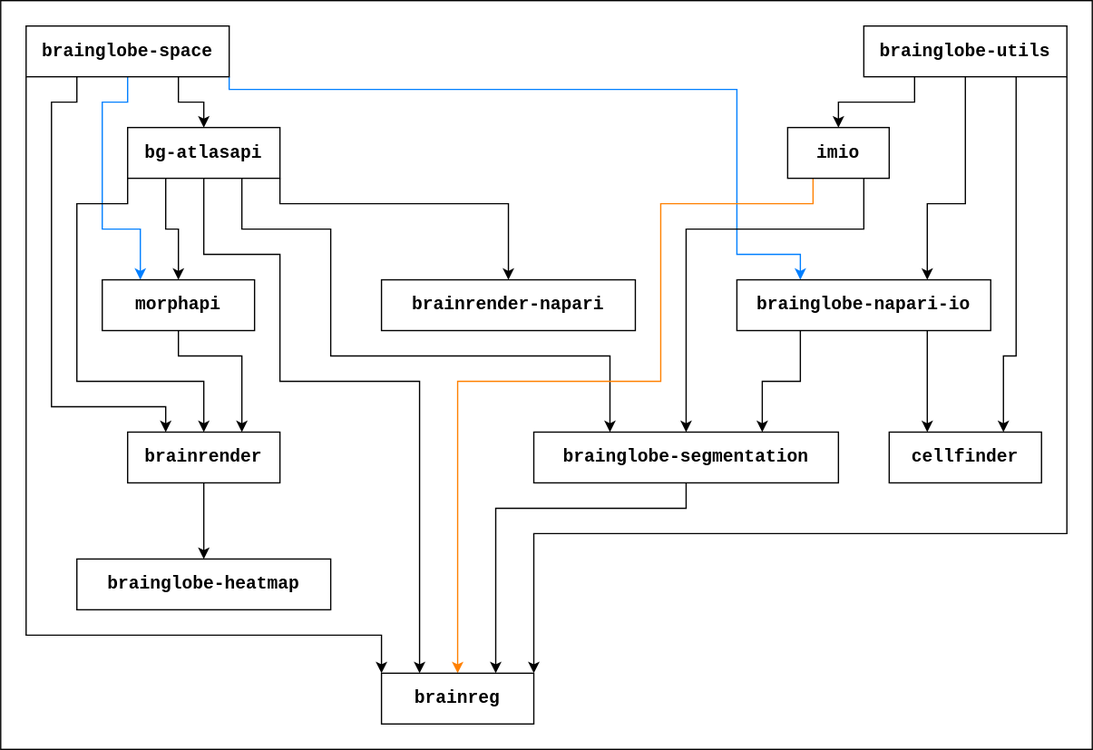
brainglobe/brainglobe.github.io keeps this draw.io diagram as _images/brainglobe-dependencies.svg. Above is the earlier version. Source tidied: cells renumbered, new cells last; positions are measured from the earlier drawing's top-left corner, leaving out a move shared by most shapes.
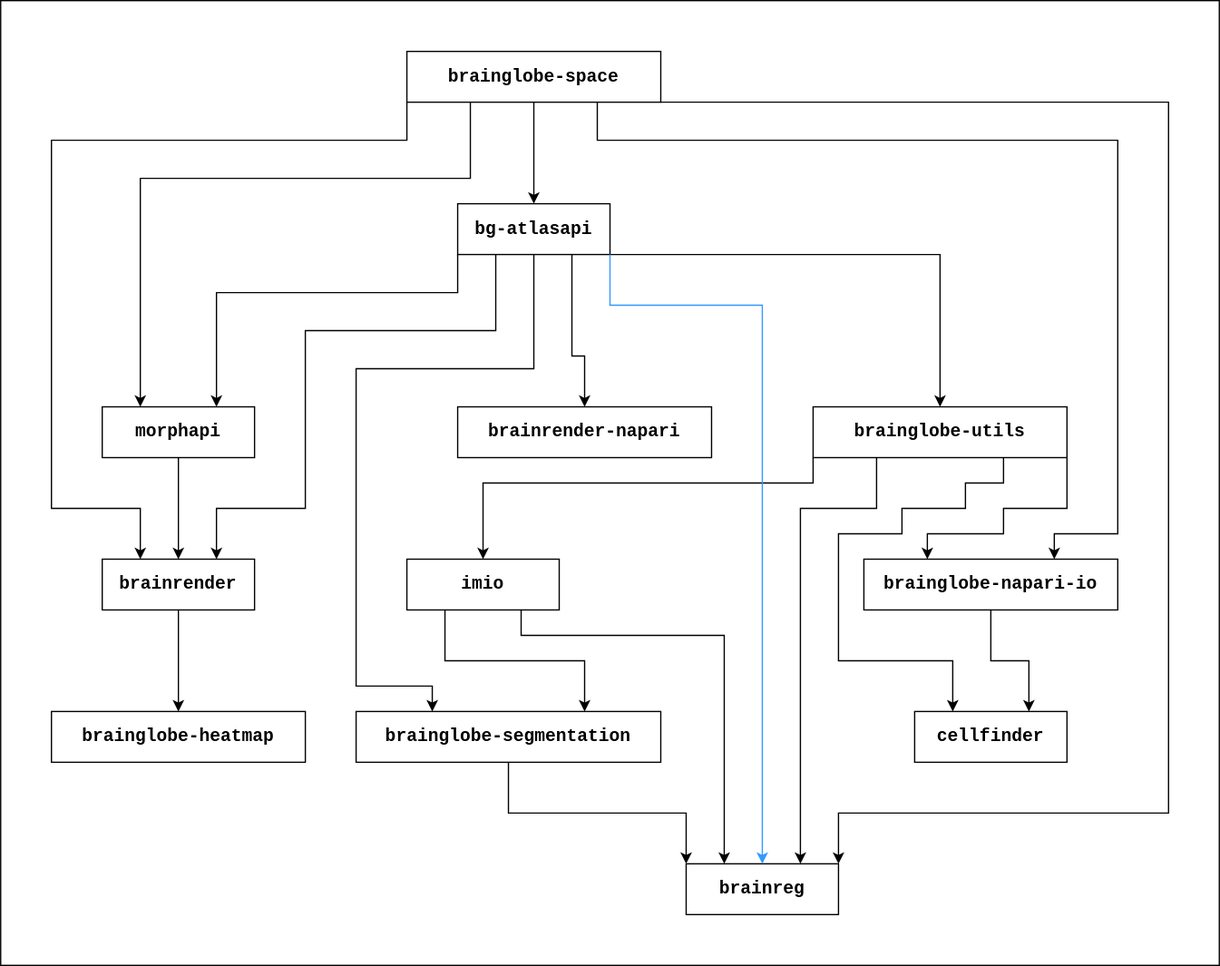
After the commit.

Change to the diagram source:
```diff
@@ -3,220 +3,203 @@
     <mxCell id="0" />
     <mxCell id="1" parent="0" />
     <mxCell id="2" style="rounded=0;whiteSpace=wrap;html=1;" parent="1" vertex="1">
-      <mxGeometry width="860" height="590" as="geometry" />
+      <mxGeometry x="-20" y="-40" width="960" height="760" as="geometry" />
     </mxCell>
-    <mxCell id="3" style="edgeStyle=orthogonalEdgeStyle;rounded=0;jettySize=auto;html=1;exitX=0.75;exitY=1;exitDx=0;exitDy=0;entryX=0.5;entryY=0;entryDx=0;entryDy=0;" parent="1" edge="1" source="8" target="19">
-      <mxGeometry relative="1" as="geometry">
-        <Array as="points">
-          <mxPoint x="140" y="80" />
-          <mxPoint x="160" y="80" />
-        </Array>
-      </mxGeometry>
+    <mxCell id="3" style="edgeStyle=orthogonalEdgeStyle;rounded=0;jettySize=auto;html=1;exitX=0.5;exitY=1;exitDx=0;exitDy=0;entryX=0.5;entryY=0;entryDx=0;entryDy=0;" parent="1" edge="1" source="8" target="19">
+      <mxGeometry relative="1" as="geometry" />
     </mxCell>
-    <mxCell id="4" style="edgeStyle=orthogonalEdgeStyle;rounded=0;jettySize=auto;html=1;exitX=0;exitY=1;exitDx=0;exitDy=0;entryX=0;entryY=0;entryDx=0;entryDy=0;" parent="1" edge="1" source="8" target="32">
-      <mxGeometry relative="1" as="geometry">
-        <Array as="points">
-          <mxPoint x="20" y="500" />
-          <mxPoint x="300" y="500" />
-        </Array>
-      </mxGeometry>
-    </mxCell>
-    <mxCell id="5" style="edgeStyle=orthogonalEdgeStyle;rounded=0;jettySize=auto;html=1;exitX=1;exitY=1;exitDx=0;exitDy=0;entryX=0.25;entryY=0;entryDx=0;entryDy=0;strokeColor=#007FFF;" parent="1" edge="1" source="8" target="27">
-      <mxGeometry relative="1" as="geometry">
-        <Array as="points">
-          <mxPoint x="180" y="70" />
-          <mxPoint x="580" y="70" />
-          <mxPoint x="580" y="200" />
-          <mxPoint x="630" y="200" />
-        </Array>
-      </mxGeometry>
-    </mxCell>
-    <mxCell id="6" style="edgeStyle=orthogonalEdgeStyle;rounded=0;jettySize=auto;html=1;exitX=0.5;exitY=1;exitDx=0;exitDy=0;entryX=0.25;entryY=0;entryDx=0;entryDy=0;strokeColor=#007FFF;" parent="1" edge="1" source="8" target="24">
+    <mxCell id="6" style="edgeStyle=orthogonalEdgeStyle;rounded=0;jettySize=auto;html=1;exitX=0.25;exitY=1;exitDx=0;exitDy=0;entryX=0.25;entryY=0;entryDx=0;entryDy=0;" parent="1" edge="1" source="8" target="24">
       <mxGeometry relative="1" as="geometry">
         <Array as="points">
-          <mxPoint x="100" y="80" />
-          <mxPoint x="80" y="80" />
-          <mxPoint x="80" y="180" />
-          <mxPoint x="110" y="180" />
+          <mxPoint x="350" y="100" />
+          <mxPoint x="90" y="100" />
         </Array>
       </mxGeometry>
     </mxCell>
-    <mxCell id="7" style="edgeStyle=orthogonalEdgeStyle;rounded=0;jettySize=auto;html=1;exitX=0.25;exitY=1;exitDx=0;exitDy=0;entryX=0.25;entryY=0;entryDx=0;entryDy=0;" parent="1" edge="1" source="8" target="34">
+    <mxCell id="7" style="edgeStyle=orthogonalEdgeStyle;rounded=0;jettySize=auto;html=1;exitX=0;exitY=1;exitDx=0;exitDy=0;entryX=0.25;entryY=0;entryDx=0;entryDy=0;" parent="1" edge="1" source="8" target="34">
       <mxGeometry relative="1" as="geometry">
         <Array as="points">
-          <mxPoint x="60" y="80" />
-          <mxPoint x="40" y="80" />
-          <mxPoint x="40" y="320" />
-          <mxPoint x="130" y="320" />
+          <mxPoint x="300" y="70" />
+          <mxPoint x="20" y="70" />
+          <mxPoint x="20" y="360" />
+          <mxPoint x="90" y="360" />
         </Array>
       </mxGeometry>
     </mxCell>
+    <mxCell id="5" style="edgeStyle=orthogonalEdgeStyle;rounded=0;jettySize=auto;html=1;exitX=0.75;exitY=1;exitDx=0;exitDy=0;entryX=0.75;entryY=0;entryDx=0;entryDy=0;" parent="1" edge="1" source="8" target="27">
+      <mxGeometry relative="1" as="geometry">
+        <Array as="points">
+          <mxPoint x="450" y="70" />
+          <mxPoint x="860" y="70" />
+          <mxPoint x="860" y="380" />
+          <mxPoint x="810" y="380" />
+        </Array>
+      </mxGeometry>
+    </mxCell>
+    <mxCell id="4" style="edgeStyle=orthogonalEdgeStyle;rounded=0;jettySize=auto;html=1;exitX=1;exitY=1;exitDx=0;exitDy=0;entryX=1;entryY=0;entryDx=0;entryDy=0;" parent="1" edge="1" source="8" target="32">
+      <mxGeometry relative="1" as="geometry">
+        <Array as="points">
+          <mxPoint x="900" y="40" />
+          <mxPoint x="900" y="600" />
+          <mxPoint x="640" y="600" />
+        </Array>
+      </mxGeometry>
+    </mxCell>
     <mxCell id="8" value="brainglobe-space" style="rounded=0;whiteSpace=wrap;html=1;fillColor=default;fontFamily=Courier New;fontStyle=1;fontSize=14;fontColor=default;" parent="1" vertex="1">
-      <mxGeometry x="20" y="20" width="160" height="40" as="geometry" />
+      <mxGeometry x="300" width="200" height="40" as="geometry" />
     </mxCell>
-    <mxCell id="9" style="edgeStyle=orthogonalEdgeStyle;rounded=0;jettySize=auto;html=1;exitX=0.25;exitY=1;exitDx=0;exitDy=0;entryX=0.5;entryY=0;entryDx=0;entryDy=0;" parent="1" edge="1" source="13" target="22">
+    <mxCell id="9" style="edgeStyle=orthogonalEdgeStyle;rounded=0;jettySize=auto;html=1;exitX=0;exitY=1;exitDx=0;exitDy=0;entryX=0.5;entryY=0;entryDx=0;entryDy=0;" parent="1" edge="1" source="13" target="22">
       <mxGeometry relative="1" as="geometry">
         <Array as="points">
-          <mxPoint x="720" y="80" />
-          <mxPoint x="660" y="80" />
+          <mxPoint x="620" y="340" />
+          <mxPoint x="360" y="340" />
         </Array>
       </mxGeometry>
     </mxCell>
-    <mxCell id="10" style="edgeStyle=orthogonalEdgeStyle;rounded=0;jettySize=auto;html=1;exitX=0.5;exitY=1;exitDx=0;exitDy=0;entryX=0.75;entryY=0;entryDx=0;entryDy=0;" parent="1" edge="1" source="13" target="27">
+    <mxCell id="10" style="edgeStyle=orthogonalEdgeStyle;rounded=0;jettySize=auto;html=1;exitX=1;exitY=1;exitDx=0;exitDy=0;entryX=0.25;entryY=0;entryDx=0;entryDy=0;" parent="1" edge="1" source="13" target="27">
       <mxGeometry relative="1" as="geometry">
         <Array as="points">
-          <mxPoint x="760" y="160" />
-          <mxPoint x="730" y="160" />
+          <mxPoint x="820" y="360" />
+          <mxPoint x="770" y="360" />
+          <mxPoint x="770" y="380" />
+          <mxPoint x="710" y="380" />
         </Array>
       </mxGeometry>
     </mxCell>
-    <mxCell id="11" style="edgeStyle=orthogonalEdgeStyle;rounded=0;jettySize=auto;html=1;exitX=0.75;exitY=1;exitDx=0;exitDy=0;entryX=0.75;entryY=0;entryDx=0;entryDy=0;" parent="1" edge="1" source="13" target="31">
+    <mxCell id="11" style="edgeStyle=orthogonalEdgeStyle;rounded=0;jettySize=auto;html=1;entryX=0.25;entryY=0;entryDx=0;entryDy=0;exitX=0.75;exitY=1;exitDx=0;exitDy=0;" parent="1" edge="1" source="13" target="31">
       <mxGeometry relative="1" as="geometry">
         <Array as="points">
-          <mxPoint x="800" y="280" />
-          <mxPoint x="790" y="280" />
+          <mxPoint x="770" y="340" />
+          <mxPoint x="740" y="340" />
+          <mxPoint x="740" y="360" />
+          <mxPoint x="690" y="360" />
+          <mxPoint x="690" y="380" />
+          <mxPoint x="640" y="380" />
+          <mxPoint x="640" y="480" />
+          <mxPoint x="730" y="480" />
         </Array>
       </mxGeometry>
     </mxCell>
-    <mxCell id="12" style="edgeStyle=orthogonalEdgeStyle;rounded=0;jettySize=auto;html=1;exitX=1;exitY=1;exitDx=0;exitDy=0;entryX=1;entryY=0;entryDx=0;entryDy=0;" parent="1" edge="1" source="13" target="32">
+    <mxCell id="12" style="edgeStyle=orthogonalEdgeStyle;rounded=0;jettySize=auto;html=1;exitX=0.25;exitY=1;exitDx=0;exitDy=0;entryX=0.75;entryY=0;entryDx=0;entryDy=0;" parent="1" edge="1" source="13" target="32">
       <mxGeometry relative="1" as="geometry">
         <Array as="points">
-          <mxPoint x="840" y="420" />
-          <mxPoint x="420" y="420" />
+          <mxPoint x="670" y="360" />
+          <mxPoint x="610" y="360" />
         </Array>
       </mxGeometry>
     </mxCell>
     <mxCell id="13" value="brainglobe-utils" style="rounded=0;whiteSpace=wrap;html=1;fillColor=default;fontFamily=Courier New;fontStyle=1;fontSize=14;fontColor=default;" parent="1" vertex="1">
-      <mxGeometry x="680" y="20" width="160" height="40" as="geometry" />
+      <mxGeometry x="620" y="280" width="200" height="40" as="geometry" />
     </mxCell>
+    <mxCell id="15" style="edgeStyle=orthogonalEdgeStyle;rounded=0;jettySize=auto;html=1;exitX=0.75;exitY=1;exitDx=0;exitDy=0;entryX=0.5;entryY=0;entryDx=0;entryDy=0;" parent="1" edge="1" source="19" target="28">
+      <mxGeometry relative="1" as="geometry">
+        <Array as="points">
+          <mxPoint x="430" y="240" />
+          <mxPoint x="440" y="240" />
+        </Array>
+      </mxGeometry>
+    </mxCell>
-    <mxCell id="14" style="edgeStyle=orthogonalEdgeStyle;rounded=0;jettySize=auto;html=1;exitX=0.25;exitY=1;exitDx=0;exitDy=0;entryX=0.5;entryY=0;entryDx=0;entryDy=0;" parent="1" edge="1" source="19" target="24">
+    <mxCell id="14" style="edgeStyle=orthogonalEdgeStyle;rounded=0;jettySize=auto;html=1;exitX=0;exitY=1;exitDx=0;exitDy=0;entryX=0.75;entryY=0;entryDx=0;entryDy=0;" parent="1" edge="1" source="19" target="24">
       <mxGeometry relative="1" as="geometry">
         <Array as="points">
-          <mxPoint x="130" y="180" />
-          <mxPoint x="140" y="180" />
+          <mxPoint x="340" y="190" />
+          <mxPoint x="150" y="190" />
         </Array>
       </mxGeometry>
     </mxCell>
-    <mxCell id="15" style="edgeStyle=orthogonalEdgeStyle;rounded=0;jettySize=auto;html=1;exitX=1;exitY=1;exitDx=0;exitDy=0;entryX=0.5;entryY=0;entryDx=0;entryDy=0;" parent="1" edge="1" source="19" target="28">
-      <mxGeometry relative="1" as="geometry">
-        <Array as="points">
-          <mxPoint x="220" y="160" />
-          <mxPoint x="400" y="160" />
-        </Array>
-      </mxGeometry>
-    </mxCell>
+    <mxCell id="36" style="edgeStyle=orthogonalEdgeStyle;rounded=0;jettySize=auto;html=1;entryX=0.5;entryY=0;entryDx=0;entryDy=0;" parent="1" edge="1" target="13">
+      <mxGeometry relative="1" as="geometry">
+        <mxPoint x="460" y="160" as="sourcePoint" />
+        <Array as="points">
+          <mxPoint x="720" y="160" />
+        </Array>
+      </mxGeometry>
+    </mxCell>
+    <mxCell id="18" style="edgeStyle=orthogonalEdgeStyle;rounded=0;jettySize=auto;html=1;exitX=0.25;exitY=1;exitDx=0;exitDy=0;entryX=0.75;entryY=0;entryDx=0;entryDy=0;" parent="1" edge="1" source="19" target="34">
+      <mxGeometry relative="1" as="geometry">
+        <Array as="points">
+          <mxPoint x="370" y="220" />
+          <mxPoint x="220" y="220" />
+          <mxPoint x="220" y="360" />
+          <mxPoint x="150" y="360" />
+        </Array>
+      </mxGeometry>
+    </mxCell>
-    <mxCell id="16" style="edgeStyle=orthogonalEdgeStyle;rounded=0;jettySize=auto;html=1;exitX=0.75;exitY=1;exitDx=0;exitDy=0;entryX=0.25;entryY=0;entryDx=0;entryDy=0;" parent="1" edge="1" source="19" target="30">
+    <mxCell id="16" style="edgeStyle=orthogonalEdgeStyle;rounded=0;jettySize=auto;html=1;entryX=0.25;entryY=0;entryDx=0;entryDy=0;" parent="1" edge="1" source="19" target="30">
       <mxGeometry relative="1" as="geometry">
         <Array as="points">
-          <mxPoint x="190" y="180" />
-          <mxPoint x="260" y="180" />
-          <mxPoint x="260" y="280" />
-          <mxPoint x="480" y="280" />
+          <mxPoint x="400" y="250" />
+          <mxPoint x="260" y="250" />
+          <mxPoint x="260" y="500" />
+          <mxPoint x="320" y="500" />
         </Array>
       </mxGeometry>
     </mxCell>
-    <mxCell id="17" style="edgeStyle=orthogonalEdgeStyle;rounded=0;jettySize=auto;html=1;exitX=0.5;exitY=1;exitDx=0;exitDy=0;entryX=0.25;entryY=0;entryDx=0;entryDy=0;" parent="1" edge="1" source="19" target="32">
-      <mxGeometry relative="1" as="geometry">
-        <Array as="points">
-          <mxPoint x="160" y="200" />
-          <mxPoint x="220" y="200" />
-          <mxPoint x="220" y="300" />
-          <mxPoint x="330" y="300" />
-        </Array>
-      </mxGeometry>
-    </mxCell>
-    <mxCell id="18" style="edgeStyle=orthogonalEdgeStyle;rounded=0;jettySize=auto;html=1;exitX=0;exitY=1;exitDx=0;exitDy=0;entryX=0.5;entryY=0;entryDx=0;entryDy=0;" parent="1" edge="1" source="19" target="34">
-      <mxGeometry relative="1" as="geometry">
-        <Array as="points">
-          <mxPoint x="100" y="160" />
-          <mxPoint x="60" y="160" />
-          <mxPoint x="60" y="300" />
-          <mxPoint x="160" y="300" />
-        </Array>
-      </mxGeometry>
-    </mxCell>
     <mxCell id="19" value="bg-atlasapi" style="rounded=0;whiteSpace=wrap;html=1;fillColor=default;fontFamily=Courier New;fontStyle=1;fontSize=14;fontColor=default;" parent="1" vertex="1">
-      <mxGeometry x="100" y="100" width="120" height="40" as="geometry" />
+      <mxGeometry x="340" y="120" width="120" height="40" as="geometry" />
     </mxCell>
-    <mxCell id="20" style="edgeStyle=orthogonalEdgeStyle;rounded=0;jettySize=auto;html=1;exitX=0.75;exitY=1;exitDx=0;exitDy=0;entryX=0.5;entryY=0;entryDx=0;entryDy=0;" parent="1" edge="1" source="22" target="30">
+    <mxCell id="20" style="edgeStyle=orthogonalEdgeStyle;rounded=0;jettySize=auto;html=1;entryX=0.75;entryY=0;entryDx=0;entryDy=0;exitX=0.25;exitY=1;exitDx=0;exitDy=0;" parent="1" edge="1" source="22" target="30">
       <mxGeometry relative="1" as="geometry">
         <Array as="points">
-          <mxPoint x="680" y="180" />
-          <mxPoint x="540" y="180" />
+          <mxPoint x="330" y="480" />
+          <mxPoint x="440" y="480" />
         </Array>
       </mxGeometry>
     </mxCell>
-    <mxCell id="21" style="edgeStyle=orthogonalEdgeStyle;rounded=0;jettySize=auto;html=1;exitX=0.25;exitY=1;exitDx=0;exitDy=0;entryX=0.5;entryY=0;entryDx=0;entryDy=0;strokeColor=#FF8000;" parent="1" edge="1" source="22" target="32">
+    <mxCell id="21" style="edgeStyle=orthogonalEdgeStyle;rounded=0;jettySize=auto;html=1;exitX=0.75;exitY=1;exitDx=0;exitDy=0;entryX=0.25;entryY=0;entryDx=0;entryDy=0;" parent="1" edge="1" source="22" target="32">
       <mxGeometry relative="1" as="geometry">
         <Array as="points">
-          <mxPoint x="640" y="160" />
-          <mxPoint x="520" y="160" />
-          <mxPoint x="520" y="300" />
-          <mxPoint x="360" y="300" />
+          <mxPoint x="390" y="460" />
+          <mxPoint x="550" y="460" />
         </Array>
       </mxGeometry>
     </mxCell>
     <mxCell id="22" value="imio" style="rounded=0;whiteSpace=wrap;html=1;fillColor=default;fontFamily=Courier New;fontStyle=1;fontSize=14;fontColor=default;" parent="1" vertex="1">
-      <mxGeometry x="620" y="100" width="80" height="40" as="geometry" />
+      <mxGeometry x="300" y="400" width="120" height="40" as="geometry" />
     </mxCell>
-    <mxCell id="23" style="edgeStyle=orthogonalEdgeStyle;rounded=0;jettySize=auto;html=1;exitX=0.5;exitY=1;exitDx=0;exitDy=0;entryX=0.75;entryY=0;entryDx=0;entryDy=0;" parent="1" edge="1" source="24" target="34">
-      <mxGeometry relative="1" as="geometry">
-        <Array as="points">
-          <mxPoint x="140" y="280" />
-          <mxPoint x="190" y="280" />
-        </Array>
-      </mxGeometry>
+    <mxCell id="23" style="edgeStyle=orthogonalEdgeStyle;rounded=0;jettySize=auto;html=1;exitX=0.5;exitY=1;exitDx=0;exitDy=0;entryX=0.5;entryY=0;entryDx=0;entryDy=0;" parent="1" edge="1" source="24" target="34">
+      <mxGeometry relative="1" as="geometry" />
     </mxCell>
     <mxCell id="24" value="morphapi" style="rounded=0;whiteSpace=wrap;html=1;fillColor=default;fontFamily=Courier New;fontStyle=1;fontSize=14;fontColor=default;" parent="1" vertex="1">
-      <mxGeometry x="80" y="220" width="120" height="40" as="geometry" />
+      <mxGeometry x="60" y="280" width="120" height="40" as="geometry" />
     </mxCell>
-    <mxCell id="25" style="edgeStyle=orthogonalEdgeStyle;rounded=0;jettySize=auto;html=1;exitX=0.75;exitY=1;exitDx=0;exitDy=0;entryX=0.25;entryY=0;entryDx=0;entryDy=0;" parent="1" edge="1" source="27" target="31">
+    <mxCell id="25" style="edgeStyle=orthogonalEdgeStyle;rounded=0;jettySize=auto;html=1;exitX=0.5;exitY=1;exitDx=0;exitDy=0;entryX=0.75;entryY=0;entryDx=0;entryDy=0;" parent="1" edge="1" source="27" target="31">
       <mxGeometry relative="1" as="geometry" />
     </mxCell>
-    <mxCell id="26" style="edgeStyle=orthogonalEdgeStyle;rounded=0;jettySize=auto;html=1;exitX=0.25;exitY=1;exitDx=0;exitDy=0;entryX=0.75;entryY=0;entryDx=0;entryDy=0;" parent="1" edge="1" source="27" target="30">
-      <mxGeometry relative="1" as="geometry">
-        <Array as="points">
-          <mxPoint x="630" y="300" />
-          <mxPoint x="600" y="300" />
-        </Array>
-      </mxGeometry>
-    </mxCell>
     <mxCell id="27" value="brainglobe-napari-io" style="rounded=0;whiteSpace=wrap;html=1;fillColor=default;fontFamily=Courier New;fontStyle=1;fontSize=14;fontColor=default;" parent="1" vertex="1">
-      <mxGeometry x="580" y="220" width="200" height="40" as="geometry" />
+      <mxGeometry x="660" y="400" width="200" height="40" as="geometry" />
     </mxCell>
     <mxCell id="28" value="brainrender-napari" style="rounded=0;whiteSpace=wrap;html=1;fillColor=default;fontFamily=Courier New;fontStyle=1;fontSize=14;fontColor=default;" parent="1" vertex="1">
-      <mxGeometry x="300" y="220" width="200" height="40" as="geometry" />
+      <mxGeometry x="340" y="280" width="200" height="40" as="geometry" />
     </mxCell>
-    <mxCell id="29" style="edgeStyle=orthogonalEdgeStyle;rounded=0;jettySize=auto;html=1;exitX=0.5;exitY=1;exitDx=0;exitDy=0;entryX=0.75;entryY=0;entryDx=0;entryDy=0;" parent="1" edge="1" source="30" target="32">
-      <mxGeometry relative="1" as="geometry">
-        <Array as="points">
-          <mxPoint x="540" y="400" />
-          <mxPoint x="390" y="400" />
-        </Array>
-      </mxGeometry>
+    <mxCell id="29" style="edgeStyle=orthogonalEdgeStyle;rounded=0;jettySize=auto;html=1;exitX=0.5;exitY=1;exitDx=0;exitDy=0;entryX=0;entryY=0;entryDx=0;entryDy=0;" parent="1" edge="1" source="30" target="32">
+      <mxGeometry relative="1" as="geometry" />
     </mxCell>
     <mxCell id="30" value="brainglobe-segmentation" style="rounded=0;whiteSpace=wrap;html=1;fillColor=default;fontFamily=Courier New;fontStyle=1;fontSize=14;fontColor=default;" parent="1" vertex="1">
-      <mxGeometry x="420" y="340" width="240" height="40" as="geometry" />
+      <mxGeometry x="260" y="520" width="240" height="40" as="geometry" />
     </mxCell>
     <mxCell id="31" value="cellfinder" style="rounded=0;whiteSpace=wrap;html=1;fillColor=default;fontFamily=Courier New;fontStyle=1;fontSize=14;fontColor=default;" parent="1" vertex="1">
-      <mxGeometry x="700" y="340" width="120" height="40" as="geometry" />
+      <mxGeometry x="700" y="520" width="120" height="40" as="geometry" />
     </mxCell>
     <mxCell id="32" value="brainreg" style="rounded=0;whiteSpace=wrap;html=1;fillColor=default;fontFamily=Courier New;fontStyle=1;fontSize=14;fontColor=default;" parent="1" vertex="1">
-      <mxGeometry x="300" y="530" width="120" height="40" as="geometry" />
+      <mxGeometry x="520" y="640" width="120" height="40" as="geometry" />
     </mxCell>
-    <mxCell id="33" style="edgeStyle=orthogonalEdgeStyle;rounded=0;jettySize=auto;html=1;exitX=0.5;exitY=1;exitDx=0;exitDy=0;entryX=0.5;entryY=0;entryDx=0;entryDy=0;" parent="1" edge="1" source="34" target="35">
-      <mxGeometry relative="1" as="geometry">
-        <Array as="points">
-          <mxPoint x="160" y="390" />
-          <mxPoint x="160" y="390" />
-        </Array>
-      </mxGeometry>
+    <mxCell id="33" style="edgeStyle=orthogonalEdgeStyle;rounded=0;jettySize=auto;html=1;entryX=0.5;entryY=0;entryDx=0;entryDy=0;" parent="1" edge="1" source="34" target="35">
+      <mxGeometry relative="1" as="geometry" />
     </mxCell>
     <mxCell id="34" value="brainrender" style="rounded=0;whiteSpace=wrap;html=1;fillColor=default;fontFamily=Courier New;fontStyle=1;fontSize=14;fontColor=default;" parent="1" vertex="1">
-      <mxGeometry x="100" y="340" width="120" height="40" as="geometry" />
+      <mxGeometry x="60" y="400" width="120" height="40" as="geometry" />
     </mxCell>
     <mxCell id="35" value="brainglobe-heatmap" style="rounded=0;whiteSpace=wrap;html=1;fillColor=default;fontFamily=Courier New;fontStyle=1;fontSize=14;fontColor=default;" parent="1" vertex="1">
-      <mxGeometry x="60" y="440" width="200" height="40" as="geometry" />
+      <mxGeometry x="20" y="520" width="200" height="40" as="geometry" />
     </mxCell>
+    <mxCell id="17" style="edgeStyle=orthogonalEdgeStyle;rounded=0;jettySize=auto;html=1;exitX=1;exitY=1;exitDx=0;exitDy=0;entryX=0.5;entryY=0;entryDx=0;entryDy=0;strokeColor=#3399FF;" parent="1" edge="1" source="19" target="32">
+      <mxGeometry relative="1" as="geometry">
+        <Array as="points">
+          <mxPoint x="460" y="200" />
+          <mxPoint x="580" y="200" />
+        </Array>
+      </mxGeometry>
+    </mxCell>
   </root>
 </mxGraphModel>
```
